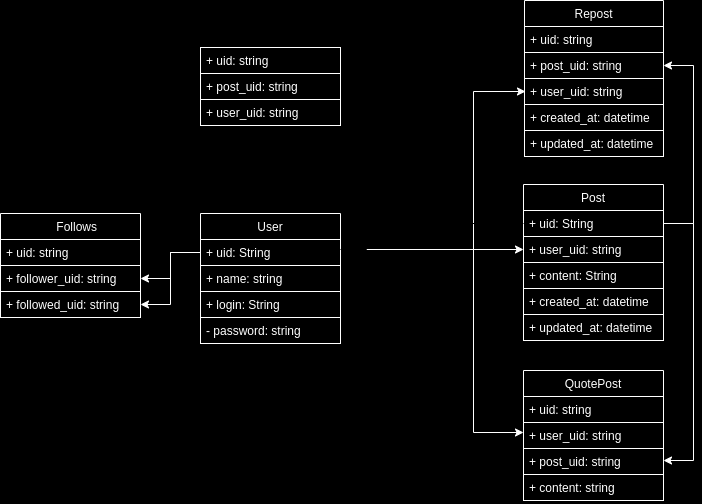
This is docs/class-document.png from lucca257/desafio-strider, a draw.io export, as it was before one commit. Source tidied: cells renumbered, new cells last; positions are measured from the earlier drawing's top-left corner, leaving out a move shared by most shapes.
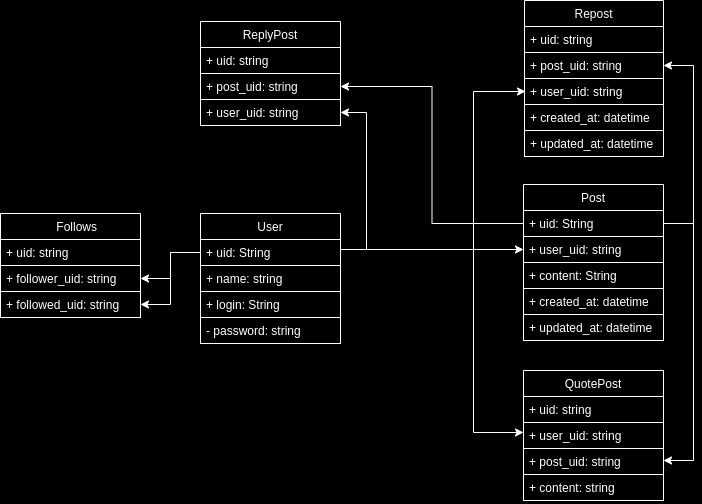
After the commit.

What changed in the source:
```diff
@@ -130,7 +130,7 @@
         </Array>
       </mxGeometry>
     </mxCell>
-    <mxCell id="35" value="ReplyPost" style="swimlane;fontStyle=0;horizontal=1;startSize=26;fillColor=none;" parent="1" vertex="1">
+    <mxCell id="35" value="ReplyPost" style="swimlane;fontStyle=0;horizontal=1;startSize=26;fillColor=none;strokeColor=#FFFFFF;fontColor=#FFFFFF;" parent="1" vertex="1">
       <mxGeometry x="200" y="21" width="140" height="104" as="geometry" />
     </mxCell>
     <mxCell id="36" value="+ uid: string" style="text;strokeColor=#FFFFFF;fillColor=none;align=left;verticalAlign=top;spacingLeft=4;spacingRight=4;overflow=hidden;fontColor=#FFFFFF;" parent="35" vertex="1">
@@ -142,7 +142,7 @@
     <mxCell id="38" value="+ user_uid: string" style="text;strokeColor=#FFFFFF;fillColor=none;align=left;verticalAlign=top;spacingLeft=4;spacingRight=4;overflow=hidden;points=[[0,0.5],[1,0.5]];portConstraint=eastwest;fontColor=#FFFFFF;" parent="35" vertex="1">
       <mxGeometry y="78" width="140" height="26" as="geometry" />
     </mxCell>
-    <mxCell id="39" style="edgeStyle=orthogonalEdgeStyle;rounded=0;jettySize=auto;html=1;" parent="1" edge="1" target="38">
+    <mxCell id="39" style="edgeStyle=orthogonalEdgeStyle;rounded=0;jettySize=auto;html=1;strokeColor=#FFFFFF;" parent="1" edge="1" target="38">
       <mxGeometry relative="1" as="geometry">
         <mxPoint x="340" y="249" as="sourcePoint" />
         <Array as="points">
@@ -151,7 +151,7 @@
         </Array>
       </mxGeometry>
     </mxCell>
-    <mxCell id="40" style="edgeStyle=orthogonalEdgeStyle;rounded=0;jettySize=auto;html=1;" parent="1" edge="1" source="8" target="37">
+    <mxCell id="40" style="edgeStyle=orthogonalEdgeStyle;rounded=0;jettySize=auto;html=1;strokeColor=#FFFFFF;" parent="1" edge="1" source="8" target="37">
       <mxGeometry relative="1" as="geometry" />
     </mxCell>
   </root>
```
